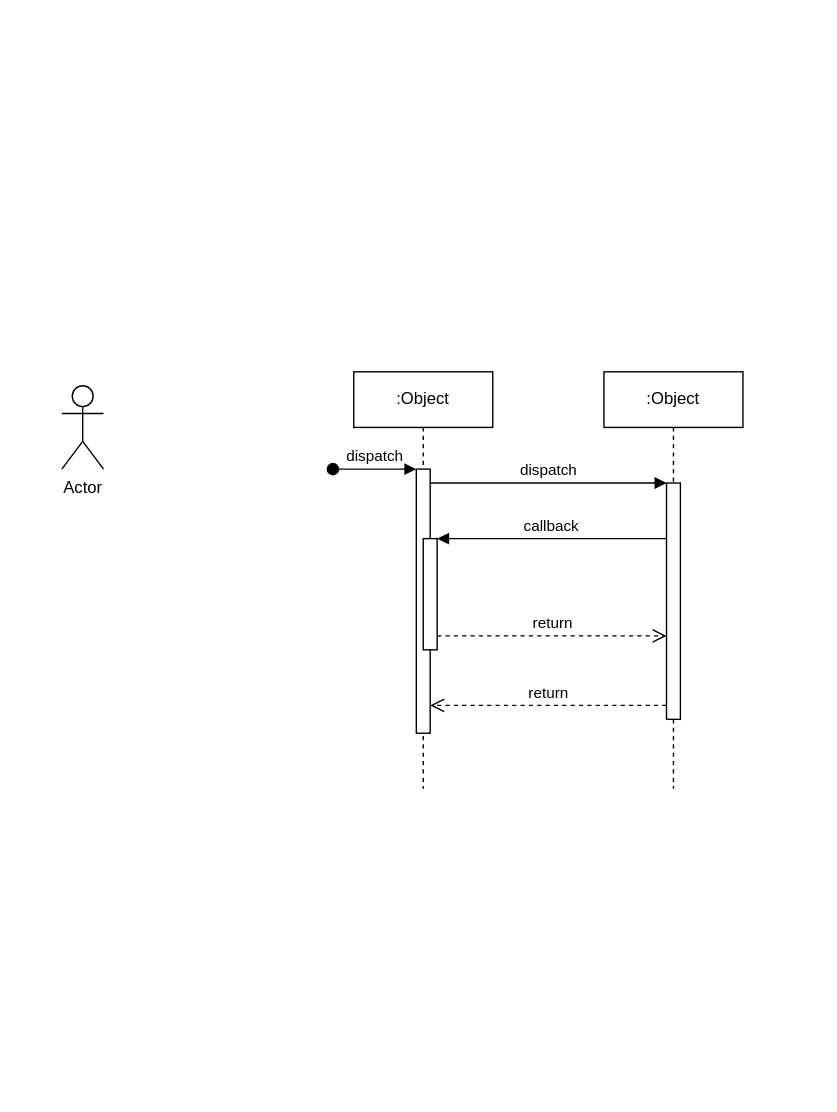
GabrielSilvaRodrigues/aula_ES_12_05 keeps this draw.io diagram as diagrama_de_sequencia.drawio. Above is the earlier version. Source tidied: cells renumbered, new cells numbered last; positions are measured from the earlier drawing's top-left corner, leaving out a move shared by most shapes. Both pictures are drawn from the tidied source at 139%, with x=0, y=0 at pixel (61, 371).
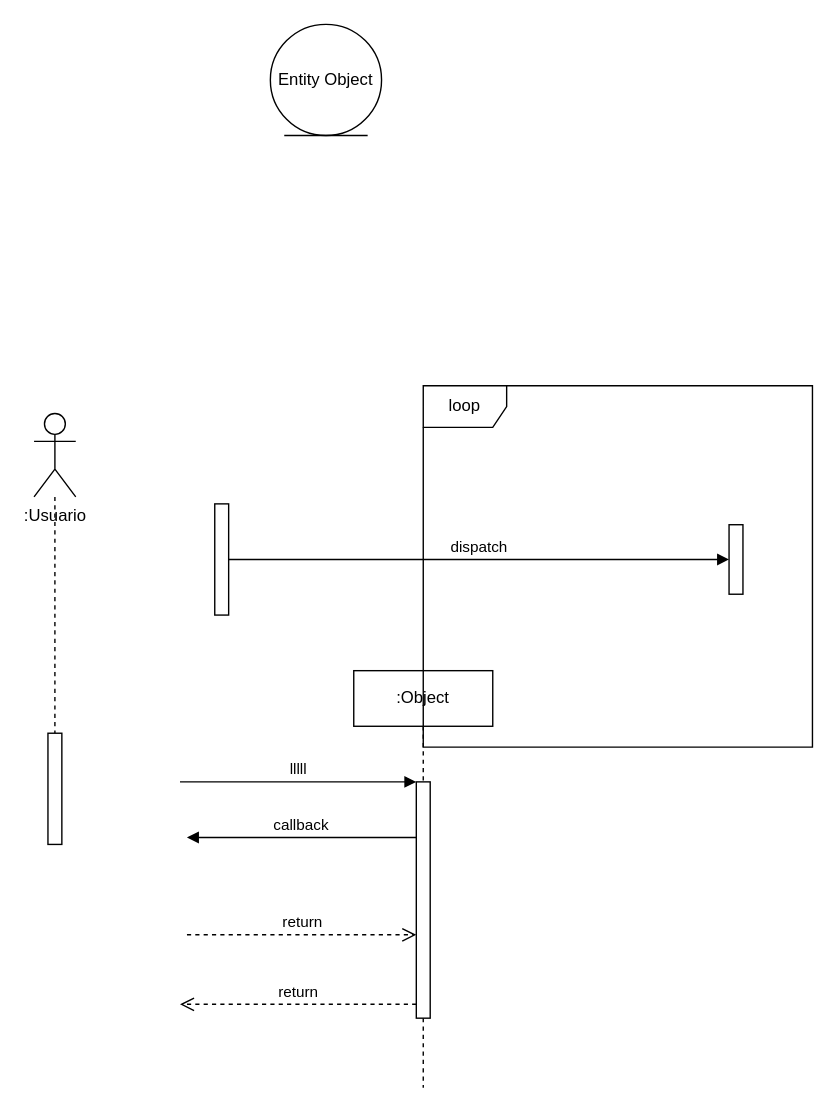
After the change.

Unchanged cells that the change refers to:
```xml
<mxCell id="7" style="html=1;points=[];perimeter=orthogonalPerimeter;outlineConnect=0;targetShapes=umlLifeline;portConstraint=eastwest;newEdgeStyle={&quot;edgeStyle&quot;:&quot;elbowEdgeStyle&quot;,&quot;elbow&quot;:&quot;vertical&quot;,&quot;curved&quot;:0,&quot;rounded&quot;:0};" parent="6" vertex="1">
  <mxGeometry x="45" y="80" width="10" height="170" as="geometry" />
</mxCell>
```

The edit, as a diff of the source:
```diff
@@
-    <mxCell id="2" value=":Object" style="shape=umlLifeline;perimeter=lifelinePerimeter;whiteSpace=wrap;html=1;newEdgeStyle={&quot;edgeStyle&quot;:&quot;elbowEdgeStyle&quot;,&quot;elbow&quot;:&quot;vertical&quot;,&quot;curved&quot;:0,&quot;rounded&quot;:0};" parent="1" vertex="1">
-      <mxGeometry x="210" width="100" height="300" as="geometry" />
-    </mxCell>
-    <mxCell id="3" style="html=1;points=[];perimeter=orthogonalPerimeter;outlineConnect=0;targetShapes=umlLifeline;portConstraint=eastwest;newEdgeStyle={&quot;edgeStyle&quot;:&quot;elbowEdgeStyle&quot;,&quot;elbow&quot;:&quot;vertical&quot;,&quot;curved&quot;:0,&quot;rounded&quot;:0};" parent="2" vertex="1">
-      <mxGeometry x="45" y="70" width="10" height="190" as="geometry" />
-    </mxCell>
-    <mxCell id="4" value="dispatch" style="html=1;verticalAlign=bottom;startArrow=oval;endArrow=block;startSize=8;edgeStyle=elbowEdgeStyle;elbow=vertical;curved=0;rounded=0;" parent="2" edge="1" target="3">
-      <mxGeometry relative="1" as="geometry">
-        <mxPoint x="-15" y="70" as="sourcePoint" />
-      </mxGeometry>
-    </mxCell>
-    <mxCell id="5" style="html=1;points=[];perimeter=orthogonalPerimeter;outlineConnect=0;targetShapes=umlLifeline;portConstraint=eastwest;newEdgeStyle={&quot;edgeStyle&quot;:&quot;elbowEdgeStyle&quot;,&quot;elbow&quot;:&quot;vertical&quot;,&quot;curved&quot;:0,&quot;rounded&quot;:0};" parent="2" vertex="1">
-      <mxGeometry x="50" y="120" width="10" height="80" as="geometry" />
-    </mxCell>
     <mxCell id="6" value=":Object" style="shape=umlLifeline;perimeter=lifelinePerimeter;whiteSpace=wrap;html=1;newEdgeStyle={&quot;edgeStyle&quot;:&quot;elbowEdgeStyle&quot;,&quot;elbow&quot;:&quot;vertical&quot;,&quot;curved&quot;:0,&quot;rounded&quot;:0};" parent="1" vertex="1">
-      <mxGeometry x="390" width="100" height="300" as="geometry" />
+      <mxGeometry x="210" y="215" width="100" height="300" as="geometry" />
     </mxCell>
@@
-    <mxCell id="8" value="dispatch" style="html=1;verticalAlign=bottom;endArrow=block;edgeStyle=elbowEdgeStyle;elbow=vertical;curved=0;rounded=0;" parent="1" edge="1" source="3" target="7">
+    <mxCell id="8" value="lllll" style="html=1;verticalAlign=bottom;endArrow=block;edgeStyle=elbowEdgeStyle;elbow=vertical;curved=0;rounded=0;" parent="1" edge="1" target="7">
       <mxGeometry relative="1" as="geometry">
+        <mxPoint x="85" y="295" as="sourcePoint" />
         <Array as="points">
-          <mxPoint x="350" y="80" />
+          <mxPoint x="170" y="295" />
         </Array>
       </mxGeometry>
     </mxCell>
-    <mxCell id="9" value="return" style="html=1;verticalAlign=bottom;endArrow=open;dashed=1;endSize=8;edgeStyle=elbowEdgeStyle;elbow=vertical;curved=0;rounded=0;" parent="1" edge="1" source="7" target="3">
+    <mxCell id="9" value="return" style="html=1;verticalAlign=bottom;endArrow=open;dashed=1;endSize=8;edgeStyle=elbowEdgeStyle;elbow=vertical;curved=0;rounded=0;" parent="1" edge="1" source="7">
       <mxGeometry relative="1" as="geometry">
+        <mxPoint x="85" y="455" as="targetPoint" />
         <Array as="points">
-          <mxPoint x="360" y="240" />
+          <mxPoint x="180" y="455" />
         </Array>
       </mxGeometry>
     </mxCell>
-    <mxCell id="10" value="callback" style="html=1;verticalAlign=bottom;endArrow=block;edgeStyle=elbowEdgeStyle;elbow=vertical;curved=0;rounded=0;" parent="1" edge="1" source="7" target="5">
+    <mxCell id="10" value="callback" style="html=1;verticalAlign=bottom;endArrow=block;edgeStyle=elbowEdgeStyle;elbow=vertical;curved=0;rounded=0;" parent="1" edge="1" source="7">
       <mxGeometry relative="1" as="geometry">
+        <mxPoint x="90" y="335" as="targetPoint" />
         <Array as="points">
-          <mxPoint x="360" y="120" />
+          <mxPoint x="180" y="335" />
         </Array>
       </mxGeometry>
     </mxCell>
-    <mxCell id="11" value="return" style="html=1;verticalAlign=bottom;endArrow=open;dashed=1;endSize=8;edgeStyle=elbowEdgeStyle;elbow=vertical;curved=0;rounded=0;" parent="1" edge="1" source="5" target="7">
+    <mxCell id="11" value="return" style="html=1;verticalAlign=bottom;endArrow=open;dashed=1;endSize=8;edgeStyle=elbowEdgeStyle;elbow=vertical;curved=0;rounded=0;" parent="1" edge="1" target="7">
       <mxGeometry relative="1" as="geometry">
+        <mxPoint x="90" y="405" as="sourcePoint" />
         <Array as="points">
-          <mxPoint x="350" y="190" />
+          <mxPoint x="170" y="405" />
         </Array>
       </mxGeometry>
     </mxCell>
+    <mxCell id="13" style="rounded=0;jettySize=auto;html=1;dashed=1;endArrow=none;startFill=0;" parent="1" edge="1" source="12" target="15">
+      <mxGeometry relative="1" as="geometry" />
+    </mxCell>
-    <mxCell id="12" value="Actor" style="shape=umlActor;verticalLabelPosition=bottom;verticalAlign=top;html=1;outlineConnect=0;" parent="1" vertex="1">
-      <mxGeometry y="10" width="30" height="60" as="geometry" />
+    <mxCell id="12" value=":Usuario" style="shape=umlActor;verticalLabelPosition=bottom;verticalAlign=top;html=1;outlineConnect=0;" parent="1" vertex="1">
+      <mxGeometry x="-20" y="30" width="30" height="60" as="geometry" />
     </mxCell>
+    <mxCell id="14" value="loop" style="shape=umlFrame;whiteSpace=wrap;html=1;" parent="1" vertex="1">
+      <mxGeometry x="260" y="10" width="280" height="260" as="geometry" />
+    </mxCell>
+    <mxCell id="15" style="html=1;points=[[0,0,0,0,5],[0,1,0,0,-5],[1,0,0,0,5],[1,1,0,0,-5]];perimeter=orthogonalPerimeter;outlineConnect=0;targetShapes=umlLifeline;portConstraint=eastwest;newEdgeStyle={&quot;curved&quot;:0,&quot;rounded&quot;:0};" parent="1" vertex="1">
+      <mxGeometry x="-10" y="260" width="10" height="80" as="geometry" />
+    </mxCell>
+    <mxCell id="16" style="html=1;points=[[0,0,0,0,5],[0,1,0,0,-5],[1,0,0,0,5],[1,1,0,0,-5]];perimeter=orthogonalPerimeter;outlineConnect=0;targetShapes=umlLifeline;portConstraint=eastwest;newEdgeStyle={&quot;curved&quot;:0,&quot;rounded&quot;:0};" parent="1" vertex="1">
+      <mxGeometry x="480" y="110" width="10" height="50" as="geometry" />
+    </mxCell>
+    <mxCell id="17" style="html=1;points=[[0,0,0,0,5],[0,1,0,0,-5],[1,0,0,0,5],[1,1,0,0,-5]];perimeter=orthogonalPerimeter;outlineConnect=0;targetShapes=umlLifeline;portConstraint=eastwest;newEdgeStyle={&quot;curved&quot;:0,&quot;rounded&quot;:0};" parent="1" vertex="1">
+      <mxGeometry x="110" y="95" width="10" height="80" as="geometry" />
+    </mxCell>
+    <mxCell id="4" value="dispatch" style="html=1;verticalAlign=bottom;endArrow=block;curved=0;rounded=0;" parent="1" edge="1" source="17" target="16">
+      <mxGeometry relative="1" as="geometry" />
+    </mxCell>
+    <mxCell id="18" value="Entity Object" style="ellipse;shape=umlEntity;whiteSpace=wrap;html=1;" parent="1" vertex="1">
+      <mxGeometry x="150" y="-250" width="80" height="80" as="geometry" />
+    </mxCell>
```
